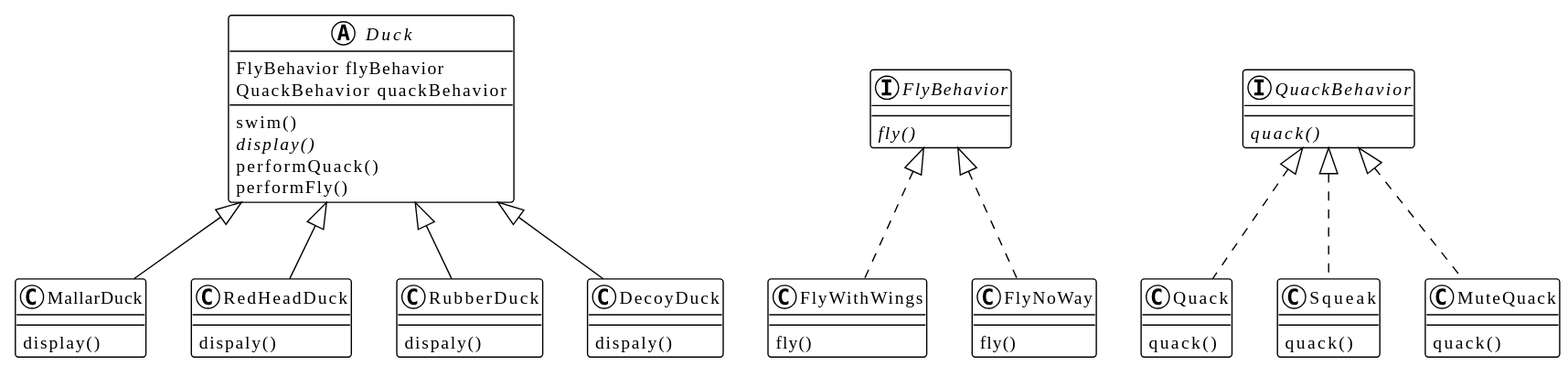
This is src/chaptera/d/uml.svg from chesterchenn/HFDP, a PlantUML export, as it was before one commit.
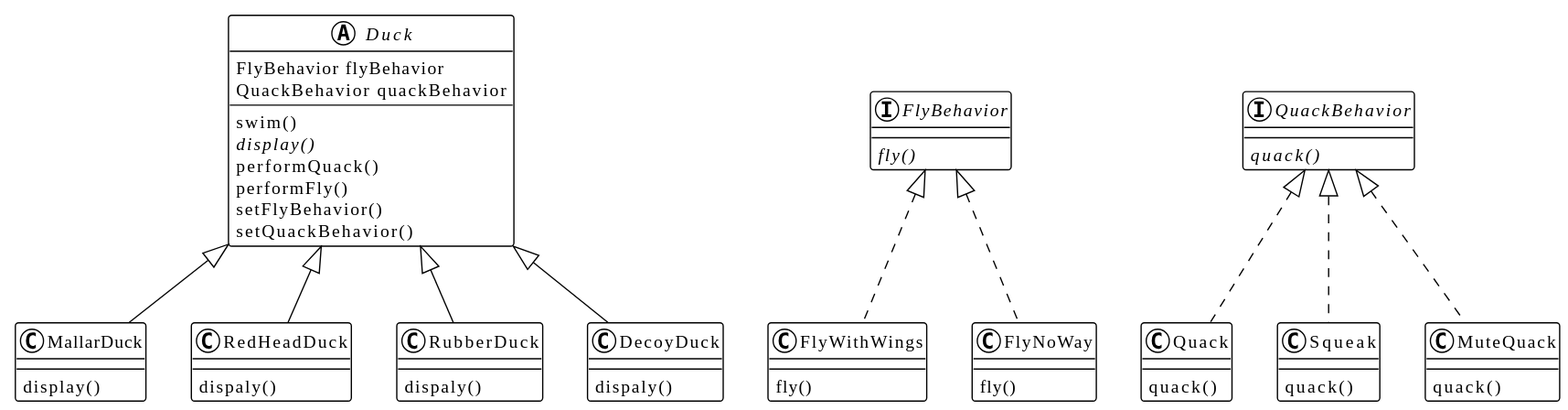
The same diagram one commit later.

The edit, as a diff of the source:
```diff
@@ -20,6 +20,8 @@
   {abstract} display()
   performQuack()
   performFly()
+  setFlyBehavior()
+  setQuackBehavior()
 }
 
 class MallarDuck {
```
